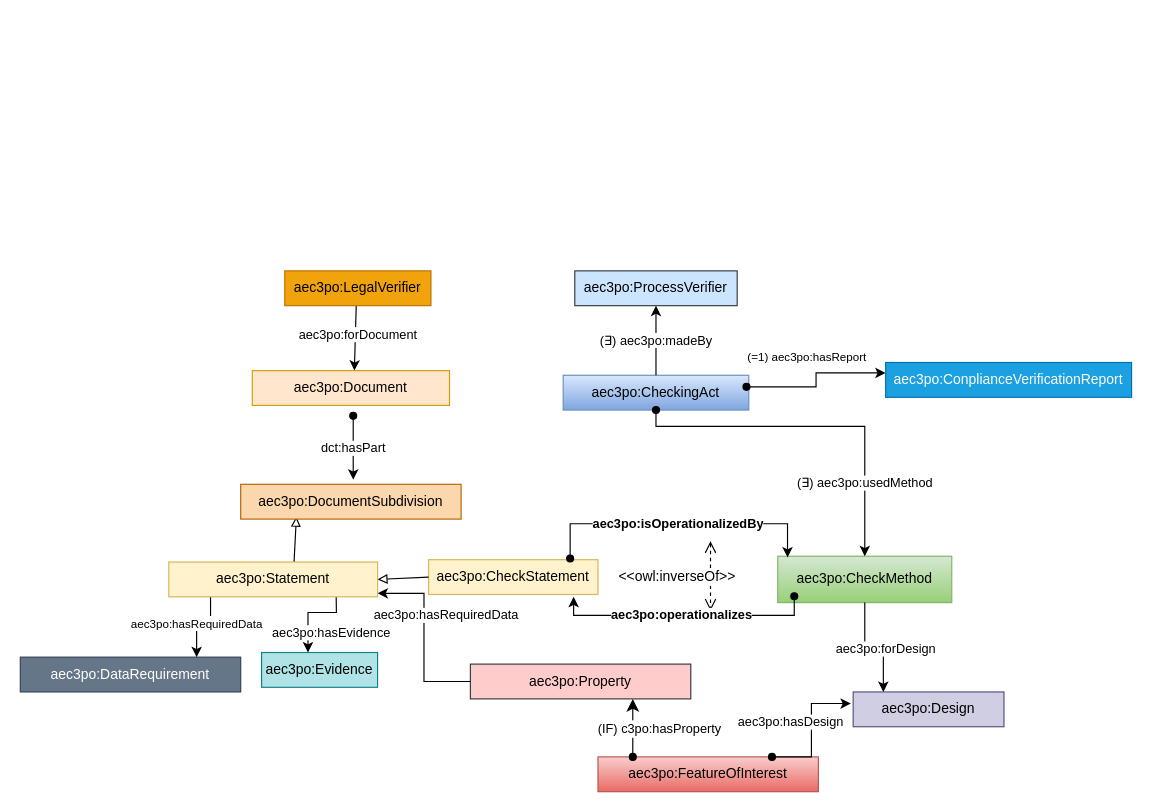
Accord-Project/aec3po keeps this draw.io diagram as page "Copy of Module_Lightaec3po_v1.0.0" (38 of 47) of src/aec3po.drawio. Above is the earlier version. Source tidied: cells renumbered, new cells numbered last; positions are measured from the earlier drawing's top-left corner, leaving out a move shared by most shapes. Both pictures are drawn from the tidied source at 116%, with x=0, y=0 at pixel (20, 20).
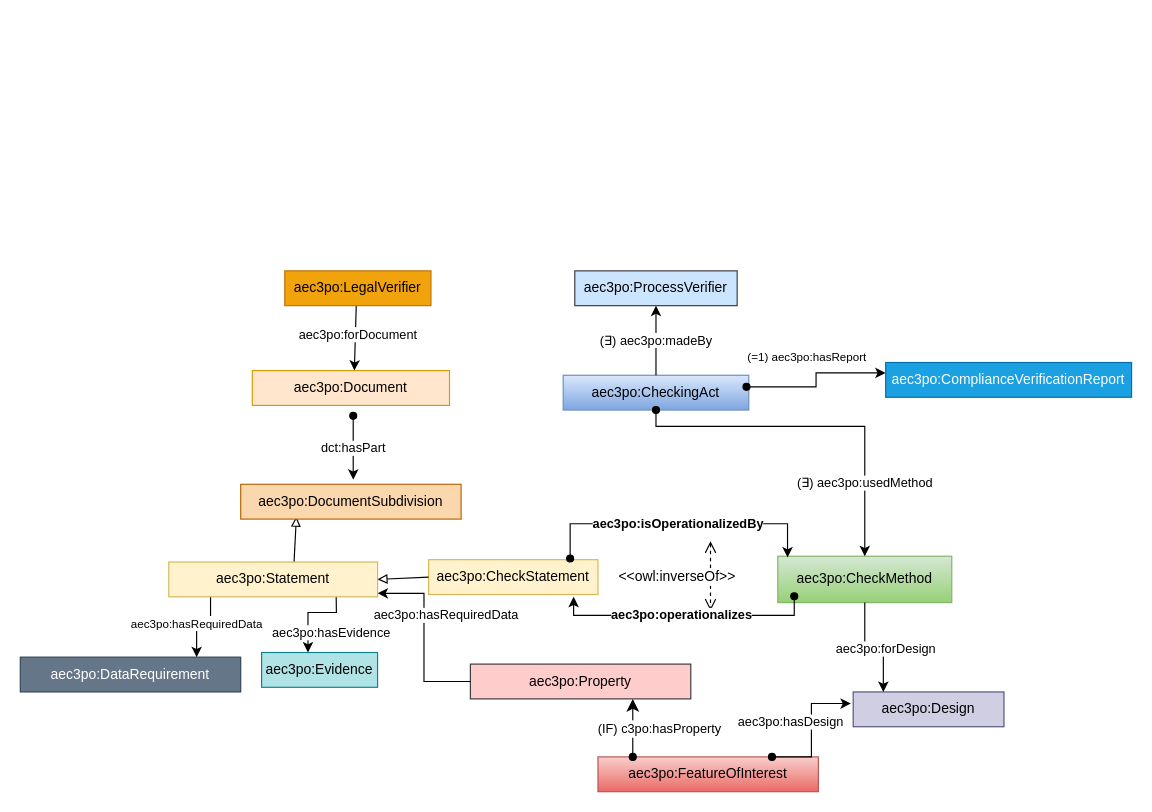
Above is the later version.

The edit, as a diff of the source:
```diff
@@
-    <mxCell id="24" value="aec3po:ConplianceVerificationReport" style="rounded=0;whiteSpace=wrap;html=1;snapToPoint=1;points=[[0.1,0],[0.2,0],[0.3,0],[0.4,0],[0.5,0],[0.6,0],[0.7,0],[0.8,0],[0.9,0],[0,0.1],[0,0.3],[0,0.5],[0,0.7],[0,0.9],[0.1,1],[0.2,1],[0.3,1],[0.4,1],[0.5,1],[0.6,1],[0.7,1],[0.8,1],[0.9,1],[1,0.1],[1,0.3],[1,0.5],[1,0.7],[1,0.9]];fillColor=#1ba1e2;strokeColor=#006EAF;fontColor=#ffffff;" parent="1" vertex="1">
+    <mxCell id="24" value="aec3po:ComplianceVerificationReport" style="rounded=0;whiteSpace=wrap;html=1;snapToPoint=1;points=[[0.1,0],[0.2,0],[0.3,0],[0.4,0],[0.5,0],[0.6,0],[0.7,0],[0.8,0],[0.9,0],[0,0.1],[0,0.3],[0,0.5],[0,0.7],[0,0.9],[0.1,1],[0.2,1],[0.3,1],[0.4,1],[0.5,1],[0.6,1],[0.7,1],[0.8,1],[0.9,1],[1,0.1],[1,0.3],[1,0.5],[1,0.7],[1,0.9]];fillColor=#1ba1e2;strokeColor=#006EAF;fontColor=#ffffff;" parent="1" vertex="1">
       <mxGeometry x="746" y="295" width="212" height="30" as="geometry" />
     </mxCell>
```
